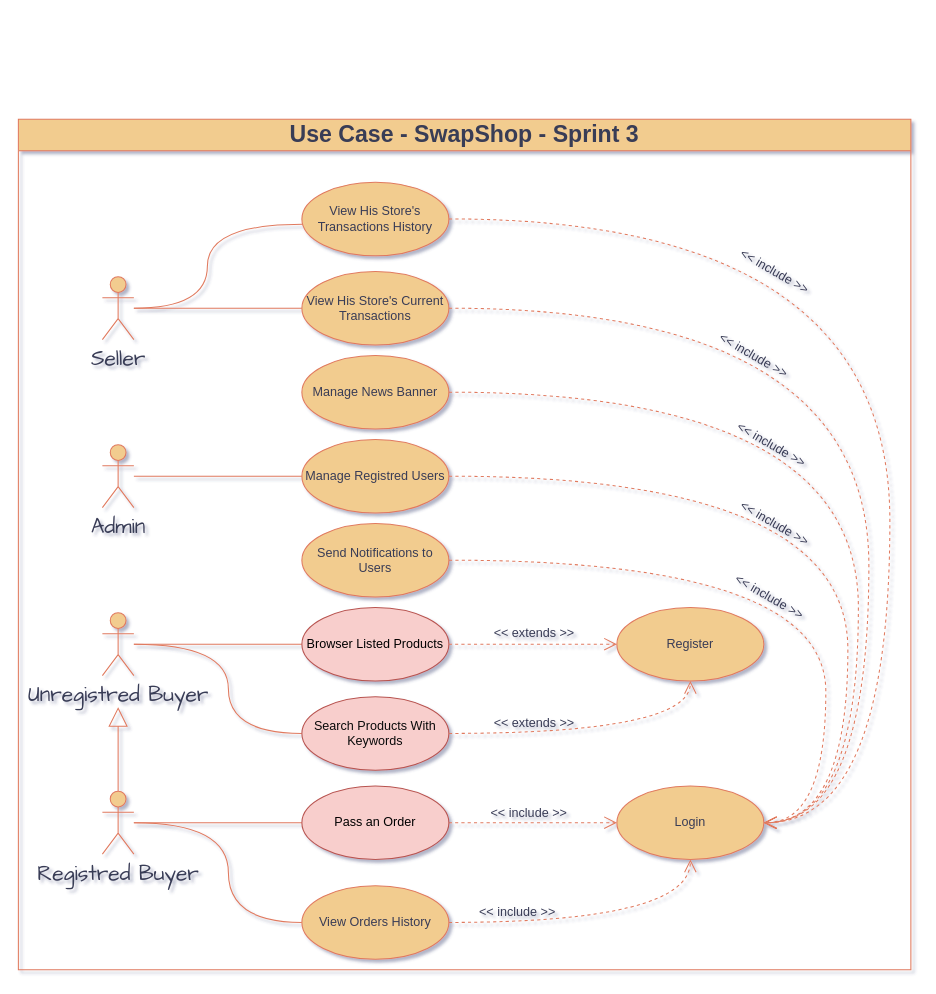
This is Project Documentations/Conception/Modélisation UML/Analyse/Use Case Diagram - Sprint 3.drawio from AhmedTrabelsy/SwapShop, a draw.io file, before an edit. Source tidied: cells renumbered, new cells numbered last; positions are measured from the earlier drawing's top-left corner, leaving out a move shared by most shapes. Both pictures are drawn from the tidied source at 105%, with x=0, y=0 at pixel (18, 119).
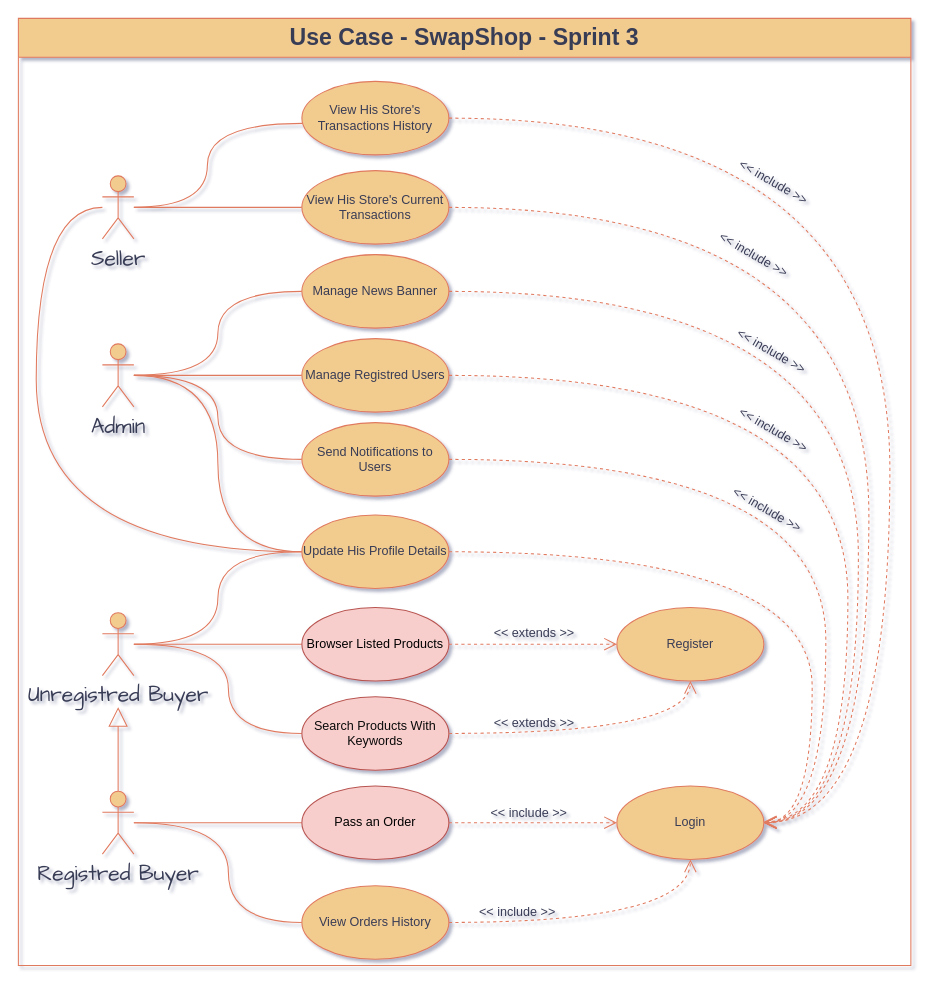
Above is the later version.

Commit message:
update use case diagram

Unchanged cells that the change refers to:
```xml
<mxCell id="7" value="Unregistred Buyer" style="shape=umlActor;verticalLabelPosition=bottom;verticalAlign=top;html=1;outlineConnect=0;hachureGap=4;strokeColor=#E07A5F;fontFamily=Architects Daughter;fontSize=20;fontColor=#393C56;fillColor=#F2CC8F;labelBackgroundColor=none;" parent="1" vertex="1">
  <mxGeometry x="80" y="470" width="30" height="60" as="geometry" />
</mxCell>
<mxCell id="17" value="Login" style="ellipse;whiteSpace=wrap;html=1;strokeColor=#E07A5F;fontColor=#393C56;fillColor=#F2CC8F;labelBackgroundColor=none;" parent="1" vertex="1">
  <mxGeometry x="570" y="635" width="140" height="70" as="geometry" />
</mxCell>
<mxCell id="40" value="Send Notifications to Users" style="ellipse;whiteSpace=wrap;html=1;strokeColor=#E07A5F;fontColor=#393C56;fillColor=#F2CC8F;labelBackgroundColor=none;" parent="39" vertex="1">
  <mxGeometry x="270" y="385" width="140" height="70" as="geometry" />
</mxCell>
<mxCell id="41" value="Manage News Banner" style="ellipse;whiteSpace=wrap;html=1;strokeColor=#E07A5F;fontColor=#393C56;fillColor=#F2CC8F;labelBackgroundColor=none;" parent="39" vertex="1">
  <mxGeometry x="270" y="225" width="140" height="70" as="geometry" />
</mxCell>
```

What changed in the source:
```diff
@@
+    <mxCell id="44" style="edgeStyle=orthogonalEdgeStyle;jettySize=auto;html=1;strokeColor=#E07A5F;fontColor=#393C56;fillColor=#F2CC8F;endArrow=none;endFill=0;curved=1;entryX=0;entryY=0.5;entryDx=0;entryDy=0;" parent="1" edge="1" source="3" target="40">
+      <mxGeometry relative="1" as="geometry" />
+    </mxCell>
+    <mxCell id="45" style="edgeStyle=orthogonalEdgeStyle;jettySize=auto;html=1;strokeColor=#E07A5F;fontColor=#393C56;fillColor=#F2CC8F;endArrow=none;endFill=0;curved=1;entryX=0;entryY=0.5;entryDx=0;entryDy=0;" parent="1" edge="1" source="3" target="41">
+      <mxGeometry relative="1" as="geometry" />
+    </mxCell>
+    <mxCell id="46" style="edgeStyle=orthogonalEdgeStyle;jettySize=auto;html=1;strokeColor=#E07A5F;fontColor=#393C56;fillColor=#F2CC8F;endArrow=none;endFill=0;curved=1;entryX=0;entryY=0.5;entryDx=0;entryDy=0;" parent="1" edge="1" source="7" target="50">
+      <mxGeometry relative="1" as="geometry" />
+    </mxCell>
+    <mxCell id="47" style="edgeStyle=orthogonalEdgeStyle;jettySize=auto;html=1;strokeColor=#E07A5F;fontColor=#393C56;fillColor=#F2CC8F;endArrow=none;endFill=0;curved=1;entryX=0;entryY=0.5;entryDx=0;entryDy=0;" parent="1" edge="1" source="3" target="50">
+      <mxGeometry relative="1" as="geometry" />
+    </mxCell>
     <mxCell id="3" value="Admin" style="shape=umlActor;verticalLabelPosition=bottom;verticalAlign=top;html=1;outlineConnect=0;hachureGap=4;strokeColor=#E07A5F;fontFamily=Architects Daughter;fontSize=20;fontColor=#393C56;fillColor=#F2CC8F;labelBackgroundColor=none;" parent="1" vertex="1">
-      <mxGeometry x="80" y="310" width="30" height="60" as="geometry" />
+      <mxGeometry x="80" y="214" width="30" height="60" as="geometry" />
     </mxCell>
@@
+    <mxCell id="48" style="edgeStyle=orthogonalEdgeStyle;jettySize=auto;html=1;labelBackgroundColor=none;strokeColor=#E07A5F;fontColor=default;endArrow=none;endFill=0;curved=1;entryX=0;entryY=0.5;entryDx=0;entryDy=0;" parent="1" edge="1" source="13" target="50">
+      <mxGeometry relative="1" as="geometry">
+        <Array as="points">
+          <mxPoint x="17" y="84" />
+          <mxPoint x="17" y="412" />
+        </Array>
+      </mxGeometry>
+    </mxCell>
     <mxCell id="12" style="edgeStyle=orthogonalEdgeStyle;jettySize=auto;html=1;strokeColor=#E07A5F;fontColor=#393C56;fillColor=#F2CC8F;endArrow=none;endFill=0;curved=1;" parent="1" edge="1" source="13" target="15">
       <mxGeometry relative="1" as="geometry">
         <Array as="points">
-          <mxPoint x="180" y="180" />
-          <mxPoint x="180" y="100" />
+          <mxPoint x="180" y="84" />
+          <mxPoint x="180" y="4" />
         </Array>
       </mxGeometry>
     </mxCell>
     <mxCell id="13" value="Seller" style="shape=umlActor;verticalLabelPosition=bottom;verticalAlign=top;html=1;outlineConnect=0;hachureGap=4;strokeColor=#E07A5F;fontFamily=Architects Daughter;fontSize=20;fontColor=#393C56;fillColor=#F2CC8F;labelBackgroundColor=none;" parent="1" vertex="1">
-      <mxGeometry x="80" y="150" width="30" height="60" as="geometry" />
+      <mxGeometry x="80" y="54" width="30" height="60" as="geometry" />
     </mxCell>
     <mxCell id="14" value="View His Store's Current Transactions" style="ellipse;whiteSpace=wrap;html=1;strokeColor=#E07A5F;fontColor=#393C56;fillColor=#F2CC8F;labelBackgroundColor=none;" parent="1" vertex="1">
-      <mxGeometry x="270" y="145" width="140" height="70" as="geometry" />
+      <mxGeometry x="270" y="49" width="140" height="70" as="geometry" />
     </mxCell>
     <mxCell id="15" value="View His Store's Transactions History" style="ellipse;whiteSpace=wrap;html=1;strokeColor=#E07A5F;fontColor=#393C56;fillColor=#F2CC8F;labelBackgroundColor=none;" parent="1" vertex="1">
-      <mxGeometry x="270" y="60" width="140" height="70" as="geometry" />
+      <mxGeometry x="270" y="-36" width="140" height="70" as="geometry" />
     </mxCell>
     <mxCell id="16" value="Manage Registred Users" style="ellipse;whiteSpace=wrap;html=1;strokeColor=#E07A5F;fontColor=#393C56;fillColor=#F2CC8F;labelBackgroundColor=none;" parent="1" vertex="1">
-      <mxGeometry x="270" y="305" width="140" height="70" as="geometry" />
+      <mxGeometry x="270" y="209" width="140" height="70" as="geometry" />
     </mxCell>
@@
-    <mxCell id="19" value="&lt;font color=&quot;#000000&quot;&gt;Browser Listed Products&lt;/font&gt;" style="ellipse;whiteSpace=wrap;html=1;strokeColor=#b85450;fillColor=#f8cecc;labelBackgroundColor=none;" parent="1" vertex="1">
-      <mxGeometry x="270" y="465" width="140" height="70" as="geometry" />
-    </mxCell>
@@
-    <mxCell id="26" value="&amp;lt;&amp;lt; include &amp;gt;&amp;gt;" style="text;html=1;align=center;verticalAlign=middle;strokeColor=none;fillColor=none;fontColor=#393C56;rotation=30;" parent="1" vertex="1">
-      <mxGeometry x="670" y="370" width="100" height="30" as="geometry" />
-    </mxCell>
-    <mxCell id="27" value="&amp;lt;&amp;lt; include &amp;gt;&amp;gt;" style="text;html=1;align=center;verticalAlign=middle;strokeColor=none;fillColor=none;fontColor=#393C56;rotation=30;" parent="1" vertex="1">
-      <mxGeometry x="670" y="130" width="100" height="30" as="geometry" />
-    </mxCell>
     <mxCell id="28" value="&amp;lt;&amp;lt; include &amp;gt;&amp;gt;" style="text;html=1;align=center;verticalAlign=middle;strokeColor=none;fillColor=none;fontColor=#393C56;rotation=30;" parent="1" vertex="1">
-      <mxGeometry x="650" y="210" width="100" height="30" as="geometry" />
+      <mxGeometry x="650" y="114" width="100" height="30" as="geometry" />
     </mxCell>
@@
     <mxCell id="33" style="edgeStyle=orthogonalEdgeStyle;jettySize=auto;html=1;strokeColor=#E07A5F;fontColor=#393C56;fillColor=#F2CC8F;dashed=1;endArrow=open;endFill=0;endSize=10;curved=1;" parent="1" edge="1" source="16" target="17">
       <mxGeometry relative="1" as="geometry">
         <Array as="points">
-          <mxPoint x="790" y="340" />
-          <mxPoint x="790" y="670" />
+          <mxPoint x="790" y="244" />
+          <mxPoint x="790" y="669" />
         </Array>
       </mxGeometry>
     </mxCell>
     <mxCell id="34" style="edgeStyle=orthogonalEdgeStyle;jettySize=auto;html=1;strokeColor=#E07A5F;fontColor=#393C56;fillColor=#F2CC8F;dashed=1;endArrow=open;endFill=0;endSize=10;curved=1;exitX=1;exitY=0.5;exitDx=0;exitDy=0;entryX=1;entryY=0.5;entryDx=0;entryDy=0;" parent="1" edge="1" source="40" target="17">
       <mxGeometry relative="1" as="geometry">
         <Array as="points">
-          <mxPoint x="769" y="420" />
-          <mxPoint x="769" y="670" />
+          <mxPoint x="769" y="324" />
+          <mxPoint x="769" y="669" />
+          <mxPoint x="710" y="669" />
         </Array>
       </mxGeometry>
     </mxCell>
+    <mxCell id="49" style="edgeStyle=orthogonalEdgeStyle;jettySize=auto;html=1;strokeColor=#E07A5F;fontColor=#393C56;fillColor=#F2CC8F;dashed=1;endArrow=open;endFill=0;endSize=10;curved=1;exitX=1;exitY=0.5;exitDx=0;exitDy=0;entryX=1;entryY=0.5;entryDx=0;entryDy=0;" parent="1" edge="1" source="50" target="17">
+      <mxGeometry relative="1" as="geometry">
+        <Array as="points">
+          <mxPoint x="756" y="412" />
+          <mxPoint x="756" y="670" />
+        </Array>
+      </mxGeometry>
+    </mxCell>
     <mxCell id="35" style="edgeStyle=orthogonalEdgeStyle;jettySize=auto;html=1;strokeColor=#E07A5F;fontColor=#393C56;fillColor=#F2CC8F;dashed=1;endArrow=open;endFill=0;endSize=10;curved=1;entryX=1;entryY=0.5;entryDx=0;entryDy=0;" parent="1" edge="1" source="41" target="17">
       <mxGeometry relative="1" as="geometry">
         <Array as="points">
-          <mxPoint x="800" y="260" />
-          <mxPoint x="800" y="670" />
+          <mxPoint x="800" y="164" />
+          <mxPoint x="800" y="669" />
+          <mxPoint x="710" y="669" />
         </Array>
       </mxGeometry>
     </mxCell>
@@
     <mxCell id="37" style="edgeStyle=orthogonalEdgeStyle;jettySize=auto;html=1;strokeColor=#E07A5F;fontColor=#393C56;fillColor=#F2CC8F;dashed=1;endArrow=open;endFill=0;endSize=10;curved=1;exitX=1;exitY=0.5;exitDx=0;exitDy=0;entryX=1;entryY=0.5;entryDx=0;entryDy=0;" parent="1" edge="1" source="15" target="17">
       <mxGeometry relative="1" as="geometry">
         <Array as="points">
-          <mxPoint x="830" y="95" />
+          <mxPoint x="830" y="-1" />
           <mxPoint x="830" y="670" />
         </Array>
       </mxGeometry>
     </mxCell>
     <mxCell id="38" style="edgeStyle=orthogonalEdgeStyle;jettySize=auto;html=1;strokeColor=#E07A5F;fontColor=#393C56;fillColor=#F2CC8F;dashed=1;endArrow=open;endFill=0;endSize=10;curved=1;exitX=1;exitY=0.5;exitDx=0;exitDy=0;entryX=1;entryY=0.5;entryDx=0;entryDy=0;" parent="1" edge="1" source="14" target="17">
       <mxGeometry relative="1" as="geometry">
         <Array as="points">
-          <mxPoint x="810" y="180" />
+          <mxPoint x="810" y="84" />
           <mxPoint x="810" y="670" />
         </Array>
       </mxGeometry>
     </mxCell>
-    <mxCell id="39" value="&lt;font style=&quot;font-size: 22px;&quot;&gt;Use Case - SwapShop - Sprint 3&lt;/font&gt;" style="swimlane;whiteSpace=wrap;html=1;strokeColor=#E07A5F;fontColor=#393C56;fillColor=#F2CC8F;startSize=30;" parent="1" vertex="1">
-      <mxGeometry width="850" height="810" as="geometry" />
+    <mxCell id="39" value="&lt;font style=&quot;font-size: 22px;&quot;&gt;Use Case - SwapShop - Sprint 3&lt;/font&gt;" style="swimlane;whiteSpace=wrap;html=1;strokeColor=#E07A5F;fontColor=#393C56;fillColor=#F2CC8F;startSize=37;" parent="1" vertex="1">
+      <mxGeometry y="-96" width="850" height="902" as="geometry" />
     </mxCell>
@@
+    <mxCell id="50" value="Update His Profile Details" style="ellipse;whiteSpace=wrap;html=1;strokeColor=#E07A5F;fontColor=#393C56;fillColor=#F2CC8F;labelBackgroundColor=none;" parent="39" vertex="1">
+      <mxGeometry x="270" y="473" width="140" height="70" as="geometry" />
+    </mxCell>
@@
     <mxCell id="42" value="&amp;lt;&amp;lt; include &amp;gt;&amp;gt;" style="text;html=1;align=center;verticalAlign=middle;strokeColor=none;fillColor=none;fontColor=#393C56;rotation=30;" parent="39" vertex="1">
-      <mxGeometry x="665" y="440" width="100" height="30" as="geometry" />
+      <mxGeometry x="663" y="453" width="100" height="30" as="geometry" />
     </mxCell>
     <mxCell id="43" value="&amp;lt;&amp;lt; include &amp;gt;&amp;gt;" style="text;html=1;align=center;verticalAlign=middle;strokeColor=none;fillColor=none;fontColor=#393C56;rotation=30;" parent="39" vertex="1">
-      <mxGeometry x="667" y="295" width="100" height="30" as="geometry" />
+      <mxGeometry x="667" y="302" width="100" height="30" as="geometry" />
     </mxCell>
+    <mxCell id="19" value="&lt;font color=&quot;#000000&quot;&gt;Browser Listed Products&lt;/font&gt;" style="ellipse;whiteSpace=wrap;html=1;strokeColor=#b85450;fillColor=#f8cecc;labelBackgroundColor=none;" parent="39" vertex="1">
+      <mxGeometry x="270" y="561" width="140" height="70" as="geometry" />
+    </mxCell>
+    <mxCell id="26" value="&amp;lt;&amp;lt; include &amp;gt;&amp;gt;" style="text;html=1;align=center;verticalAlign=middle;strokeColor=none;fillColor=none;fontColor=#393C56;rotation=30;" parent="39" vertex="1">
+      <mxGeometry x="669" y="377" width="100" height="30" as="geometry" />
+    </mxCell>
+    <mxCell id="27" value="&amp;lt;&amp;lt; include &amp;gt;&amp;gt;" style="text;html=1;align=center;verticalAlign=middle;strokeColor=none;fillColor=none;fontColor=#393C56;rotation=30;" parent="39" vertex="1">
+      <mxGeometry x="669" y="141" width="100" height="30" as="geometry" />
+    </mxCell>
```
